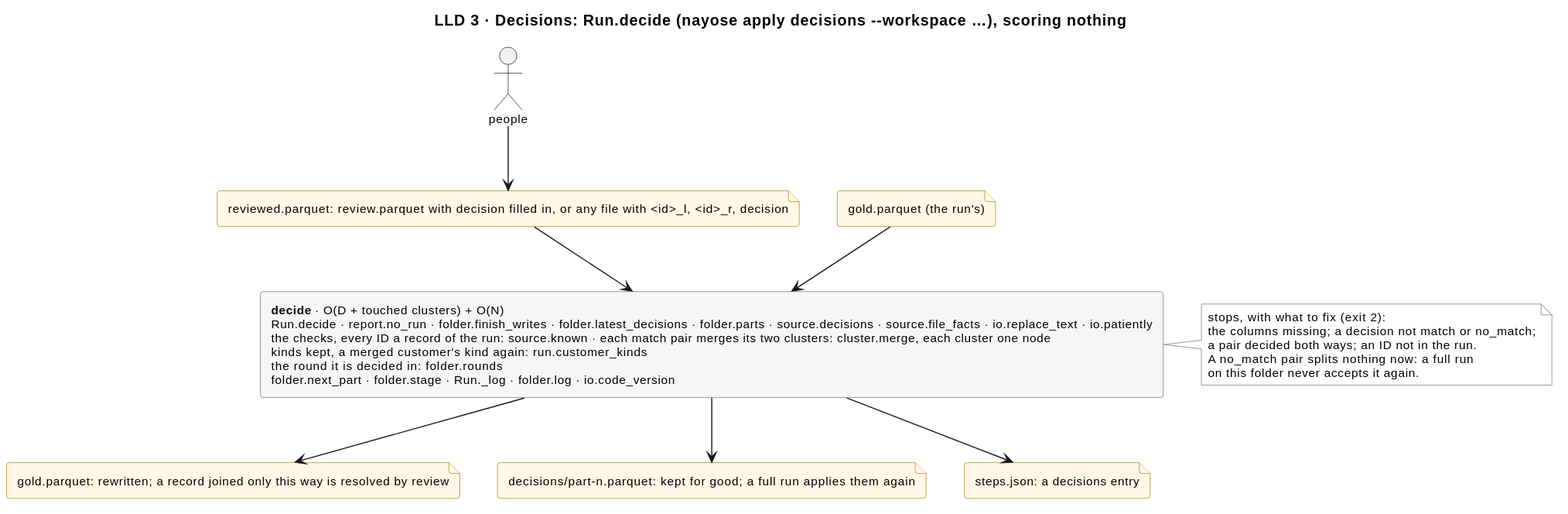
This is docs/diagrams/decisions.svg from mvsbm/entity_matching, a PlantUML export, as it was before one commit. Its diagram source:
```plantuml
@startuml
title LLD 3 · Decisions: Run.decide (nayose apply decisions ~--workspace …), scoring nothing
skinparam defaultFontSize 11
skinparam rectangle {
  BackgroundColor #F4F6F8
  BorderColor #65717E
}
skinparam file {
  BackgroundColor #FFF8E6
  BorderColor #B07D00
}
skinparam note {
  BackgroundColor #FFFFFF
  BorderColor #65717E
}

actor "people" as people
file "reviewed.parquet: review.parquet with decision filled in, or any file with <id>_l, <id>_r, decision" as f_decided
file "gold.parquet (the run's)" as f_gold_in

rectangle "<b>decide</b> · O(D + touched clusters) + O(N)\nRun.decide · report.no_run · folder.finish_writes · folder.latest_decisions · folder.parts · source.decisions · source.file_facts · io.replace_text · io.patiently\nthe checks, every ID a record of the run: source.known · each match pair merges its two clusters: cluster.merge, each cluster one node\nkinds kept, a merged customer's kind again: run.customer_kinds\nthe round it is decided in: folder.rounds\nfolder.next_part · folder.stage · Run._log · folder.log · io.code_version" as decide

note right of decide
  stops, with what to fix (exit 2):
  the columns missing; a decision not match or no_match;
  a pair decided both ways; an ID not in the run.
  A no_match pair splits nothing now: a full run
  on this folder never accepts it again.
end note

file "gold.parquet: rewritten; a record joined only this way is resolved by review" as f_gold_out
file "decisions/part-n.parquet: kept for good; a full run applies them again" as f_kept
file "steps.json: a decisions entry" as f_steps

people --> f_decided
f_decided --> decide
f_gold_in --> decide
decide --> f_gold_out
decide --> f_kept
decide --> f_steps
@enduml
```
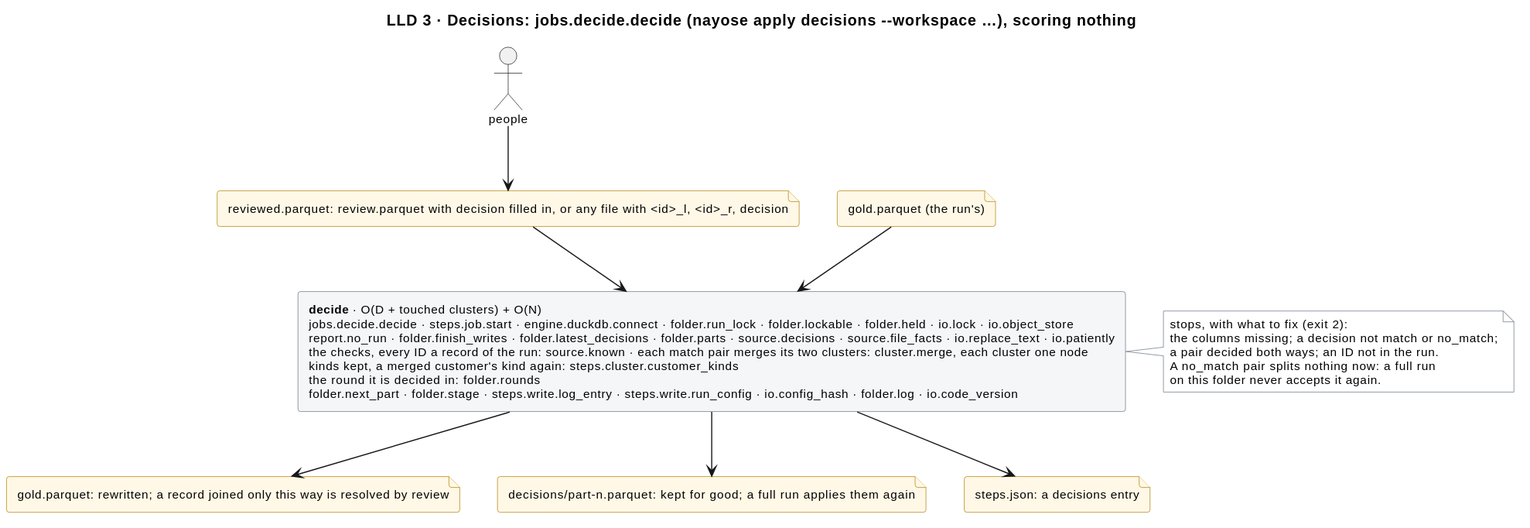
Above is the later version.

The edit, as a diff of the source:
```diff
@@ -1,5 +1,5 @@
 @startuml
-title LLD 3 · Decisions: Run.decide (nayose apply decisions ~--workspace …), scoring nothing
+title LLD 3 · Decisions: jobs.decide.decide (nayose apply decisions ~--workspace …), scoring nothing
 skinparam defaultFontSize 11
 skinparam rectangle {
   BackgroundColor #F4F6F8
@@ -18,7 +18,7 @@
 file "reviewed.parquet: review.parquet with decision filled in, or any file with <id>_l, <id>_r, decision" as f_decided
 file "gold.parquet (the run's)" as f_gold_in
 
-rectangle "<b>decide</b> · O(D + touched clusters) + O(N)\nRun.decide · report.no_run · folder.finish_writes · folder.latest_decisions · folder.parts · source.decisions · source.file_facts · io.replace_text · io.patiently\nthe checks, every ID a record of the run: source.known · each match pair merges its two clusters: cluster.merge, each cluster one node\nkinds kept, a merged customer's kind again: run.customer_kinds\nthe round it is decided in: folder.rounds\nfolder.next_part · folder.stage · Run._log · folder.log · io.code_version" as decide
+rectangle "<b>decide</b> · O(D + touched clusters) + O(N)\njobs.decide.decide · steps.job.start · engine.duckdb.connect · folder.run_lock · folder.lockable · folder.held · io.lock · io.object_store\nreport.no_run · folder.finish_writes · folder.latest_decisions · folder.parts · source.decisions · source.file_facts · io.replace_text · io.patiently\nthe checks, every ID a record of the run: source.known · each match pair merges its two clusters: cluster.merge, each cluster one node\nkinds kept, a merged customer's kind again: steps.cluster.customer_kinds\nthe round it is decided in: folder.rounds\nfolder.next_part · folder.stage · steps.write.log_entry · steps.write.run_config · io.config_hash · folder.log · io.code_version" as decide
 
 note right of decide
   stops, with what to fix (exit 2):
```
